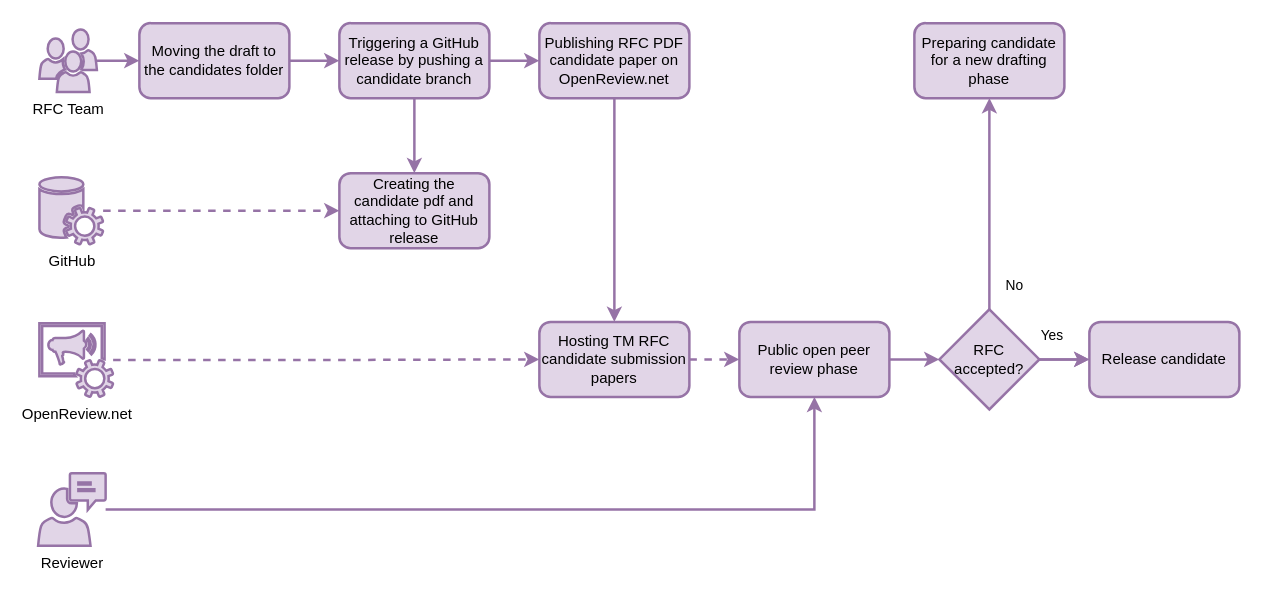
Before: files/releases/RFC-0003/images/phase_3.drawio in time-machine-project/requests-for-comments, a draw.io diagram. Source tidied: cells renumbered, new cells numbered last; positions are measured from the earlier drawing's top-left corner, leaving out a move shared by most shapes. Both pictures are drawn from the tidied source at 125%, with x=0, y=0 at pixel (38, 22).
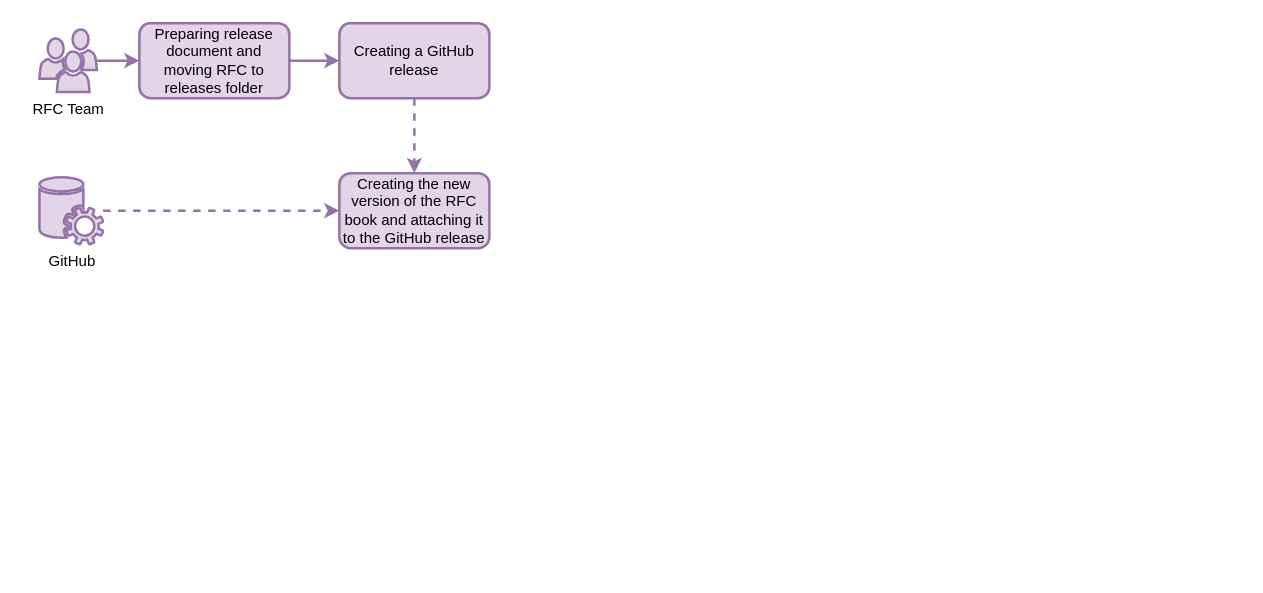
The same page after the edit.

Unchanged cells that the change refers to:
```xml
<mxCell id="5" value="RFC Team" style="shadow=0;dashed=0;html=1;strokeColor=#9673a6;fillColor=#e1d5e7;labelPosition=center;verticalLabelPosition=bottom;verticalAlign=top;outlineConnect=0;align=center;shape=mxgraph.office.users.users;strokeWidth=2;" parent="1" vertex="1">
  <mxGeometry x="1" y="5" width="46" height="50" as="geometry" />
</mxCell>
<mxCell id="10" value="GitHub" style="shadow=0;dashed=0;html=1;strokeColor=#9673a6;fillColor=#e1d5e7;labelPosition=center;verticalLabelPosition=bottom;verticalAlign=top;outlineConnect=0;align=center;shape=mxgraph.office.services.central_management_service;strokeWidth=2;" parent="1" vertex="1">
  <mxGeometry x="1" y="123" width="51" height="54" as="geometry" />
</mxCell>
```

Diff of the diagram source:
```diff
@@
-    <mxCell id="2" style="edgeStyle=orthogonalEdgeStyle;rounded=0;jettySize=auto;html=1;fillColor=#e1d5e7;strokeColor=#9673a6;strokeWidth=2;" parent="1" edge="1" source="3" target="8">
-      <mxGeometry relative="1" as="geometry" />
-    </mxCell>
-    <mxCell id="3" value="Moving the draft to the candidates folder" style="rounded=1;whiteSpace=wrap;html=1;fillColor=#e1d5e7;strokeColor=#9673a6;strokeWidth=2;" parent="1" vertex="1">
-      <mxGeometry x="81" width="120" height="60" as="geometry" />
-    </mxCell>
-    <mxCell id="4" style="edgeStyle=orthogonalEdgeStyle;rounded=0;jettySize=auto;html=1;entryX=0;entryY=0.5;entryDx=0;entryDy=0;fillColor=#e1d5e7;strokeColor=#9673a6;strokeWidth=2;" parent="1" edge="1" source="5" target="3">
-      <mxGeometry relative="1" as="geometry" />
-    </mxCell>
+    <mxCell id="28" style="edgeStyle=orthogonalEdgeStyle;rounded=0;jettySize=auto;html=1;fillColor=#e1d5e7;strokeColor=#9673a6;strokeWidth=2;" parent="1" edge="1" source="29" target="32">
+      <mxGeometry relative="1" as="geometry" />
+    </mxCell>
+    <mxCell id="29" value="Preparing release document and moving RFC to releases folder" style="rounded=1;whiteSpace=wrap;html=1;fillColor=#e1d5e7;strokeColor=#9673a6;strokeWidth=2;" parent="1" vertex="1">
+      <mxGeometry x="81" width="120" height="60" as="geometry" />
+    </mxCell>
+    <mxCell id="30" style="edgeStyle=orthogonalEdgeStyle;rounded=0;jettySize=auto;html=1;fillColor=#e1d5e7;strokeColor=#9673a6;strokeWidth=2;" parent="1" edge="1" source="5" target="29">
+      <mxGeometry relative="1" as="geometry" />
+    </mxCell>
@@
-    <mxCell id="6" style="edgeStyle=orthogonalEdgeStyle;rounded=0;jettySize=auto;html=1;entryX=0.5;entryY=0;entryDx=0;entryDy=0;fillColor=#e1d5e7;strokeColor=#9673a6;strokeWidth=2;" parent="1" edge="1" source="8" target="11">
-      <mxGeometry relative="1" as="geometry" />
-    </mxCell>
-    <mxCell id="7" style="edgeStyle=orthogonalEdgeStyle;rounded=0;jettySize=auto;html=1;fillColor=#e1d5e7;strokeColor=#9673a6;strokeWidth=2;" parent="1" edge="1" source="8" target="15">
-      <mxGeometry relative="1" as="geometry" />
-    </mxCell>
-    <mxCell id="8" value="Triggering a GitHub release by pushing a candidate branch" style="rounded=1;whiteSpace=wrap;html=1;fillColor=#e1d5e7;strokeColor=#9673a6;strokeWidth=2;" parent="1" vertex="1">
-      <mxGeometry x="241" width="120" height="60" as="geometry" />
-    </mxCell>
-    <mxCell id="9" style="edgeStyle=orthogonalEdgeStyle;rounded=0;jettySize=auto;html=1;dashed=1;fillColor=#e1d5e7;strokeColor=#9673a6;strokeWidth=2;" parent="1" edge="1" source="10" target="11">
-      <mxGeometry relative="1" as="geometry" />
-    </mxCell>
+    <mxCell id="31" style="edgeStyle=orthogonalEdgeStyle;rounded=0;jettySize=auto;html=1;dashed=1;fillColor=#e1d5e7;strokeColor=#9673a6;strokeWidth=2;" parent="1" edge="1" source="32" target="34">
+      <mxGeometry relative="1" as="geometry" />
+    </mxCell>
+    <mxCell id="32" value="Creating a GitHub release" style="rounded=1;whiteSpace=wrap;html=1;fillColor=#e1d5e7;strokeColor=#9673a6;strokeWidth=2;" parent="1" vertex="1">
+      <mxGeometry x="241" width="120" height="60" as="geometry" />
+    </mxCell>
+    <mxCell id="33" style="edgeStyle=orthogonalEdgeStyle;rounded=0;jettySize=auto;html=1;dashed=1;fillColor=#e1d5e7;strokeColor=#9673a6;strokeWidth=2;" parent="1" edge="1" source="10" target="34">
+      <mxGeometry relative="1" as="geometry" />
+    </mxCell>
@@
-    <mxCell id="11" value="Creating the candidate pdf and attaching to GitHub release" style="rounded=1;whiteSpace=wrap;html=1;fillColor=#e1d5e7;strokeColor=#9673a6;strokeWidth=2;" parent="1" vertex="1">
-      <mxGeometry x="241" y="120" width="120" height="60" as="geometry" />
-    </mxCell>
-    <mxCell id="12" style="edgeStyle=orthogonalEdgeStyle;rounded=0;jettySize=auto;html=1;entryX=0;entryY=0.5;entryDx=0;entryDy=0;dashed=1;fillColor=#e1d5e7;strokeColor=#9673a6;strokeWidth=2;" parent="1" edge="1" source="13" target="17">
-      <mxGeometry relative="1" as="geometry" />
-    </mxCell>
-    <mxCell id="13" value="OpenReview.net" style="shadow=0;dashed=0;html=1;strokeColor=#9673a6;fillColor=#e1d5e7;labelPosition=center;verticalLabelPosition=bottom;verticalAlign=top;outlineConnect=0;align=center;shape=mxgraph.office.services.conference_announcement_service;strokeWidth=2;" parent="1" vertex="1">
-      <mxGeometry x="1" y="240" width="59" height="59" as="geometry" />
-    </mxCell>
-    <mxCell id="14" style="edgeStyle=orthogonalEdgeStyle;rounded=0;jettySize=auto;html=1;fillColor=#e1d5e7;strokeColor=#9673a6;strokeWidth=2;" parent="1" edge="1" source="15" target="17">
-      <mxGeometry relative="1" as="geometry" />
-    </mxCell>
-    <mxCell id="15" value="Publishing RFC PDF candidate paper on OpenReview.net" style="rounded=1;whiteSpace=wrap;html=1;fillColor=#e1d5e7;strokeColor=#9673a6;strokeWidth=2;" parent="1" vertex="1">
-      <mxGeometry x="401" width="120" height="60" as="geometry" />
-    </mxCell>
-    <mxCell id="16" style="edgeStyle=orthogonalEdgeStyle;rounded=0;jettySize=auto;html=1;entryX=0;entryY=0.5;entryDx=0;entryDy=0;dashed=1;fillColor=#e1d5e7;strokeColor=#9673a6;strokeWidth=2;" parent="1" edge="1" source="17" target="19">
-      <mxGeometry relative="1" as="geometry" />
-    </mxCell>
-    <mxCell id="17" value="Hosting TM RFC candidate submission papers" style="rounded=1;whiteSpace=wrap;html=1;fillColor=#e1d5e7;strokeColor=#9673a6;strokeWidth=2;" parent="1" vertex="1">
-      <mxGeometry x="401" y="239" width="120" height="60" as="geometry" />
-    </mxCell>
-    <mxCell id="18" style="edgeStyle=orthogonalEdgeStyle;rounded=0;jettySize=auto;html=1;entryX=0;entryY=0.5;entryDx=0;entryDy=0;fillColor=#e1d5e7;strokeColor=#9673a6;strokeWidth=2;" parent="1" edge="1" source="19" target="25">
-      <mxGeometry relative="1" as="geometry" />
-    </mxCell>
-    <mxCell id="19" value="Public open peer review phase" style="rounded=1;whiteSpace=wrap;html=1;fillColor=#e1d5e7;strokeColor=#9673a6;strokeWidth=2;" parent="1" vertex="1">
-      <mxGeometry x="561" y="239" width="120" height="60" as="geometry" />
-    </mxCell>
-    <mxCell id="20" style="edgeStyle=orthogonalEdgeStyle;rounded=0;jettySize=auto;html=1;entryX=0.5;entryY=1;entryDx=0;entryDy=0;fillColor=#e1d5e7;strokeColor=#9673a6;strokeWidth=2;" parent="1" edge="1" source="21" target="19">
-      <mxGeometry relative="1" as="geometry" />
-    </mxCell>
-    <mxCell id="21" value="Reviewer" style="shadow=0;dashed=0;html=1;strokeColor=#9673a6;fillColor=#e1d5e7;labelPosition=center;verticalLabelPosition=bottom;verticalAlign=top;outlineConnect=0;align=center;shape=mxgraph.office.users.communications;strokeWidth=2;" parent="1" vertex="1">
-      <mxGeometry y="360" width="54" height="58" as="geometry" />
-    </mxCell>
-    <mxCell id="22" value="No" style="edgeStyle=orthogonalEdgeStyle;rounded=0;jettySize=auto;html=1;exitX=0.5;exitY=0;exitDx=0;exitDy=0;entryX=0.5;entryY=1;entryDx=0;entryDy=0;fillColor=#e1d5e7;strokeColor=#9673a6;strokeWidth=2;" parent="1" edge="1" source="25" target="26">
-      <mxGeometry x="-0.78" y="-20" relative="1" as="geometry" />
-    </mxCell>
-    <mxCell id="23" style="edgeStyle=orthogonalEdgeStyle;rounded=0;jettySize=auto;html=1;exitX=1;exitY=0.5;exitDx=0;exitDy=0;entryX=0;entryY=0.5;entryDx=0;entryDy=0;fillColor=#e1d5e7;strokeColor=#9673a6;strokeWidth=2;" parent="1" edge="1" source="25" target="27">
-      <mxGeometry relative="1" as="geometry" />
-    </mxCell>
-    <mxCell id="24" value="Yes" style="edgeStyle=orthogonalEdgeStyle;rounded=0;jettySize=auto;html=1;strokeWidth=2;fillColor=#e1d5e7;strokeColor=#9673a6;" parent="1" edge="1" source="25" target="27">
-      <mxGeometry x="-0.5" y="19" relative="1" as="geometry" />
-    </mxCell>
-    <mxCell id="25" value="RFC accepted?" style="rhombus;whiteSpace=wrap;html=1;fillColor=#e1d5e7;strokeColor=#9673a6;strokeWidth=2;" parent="1" vertex="1">
-      <mxGeometry x="721" y="229" width="80" height="80" as="geometry" />
-    </mxCell>
-    <mxCell id="26" value="Preparing candidate for a new drafting phase" style="rounded=1;whiteSpace=wrap;html=1;fillColor=#e1d5e7;strokeColor=#9673a6;strokeWidth=2;" parent="1" vertex="1">
-      <mxGeometry x="701" width="120" height="60" as="geometry" />
-    </mxCell>
-    <mxCell id="27" value="Release candidate" style="rounded=1;whiteSpace=wrap;html=1;fillColor=#e1d5e7;strokeColor=#9673a6;strokeWidth=2;" parent="1" vertex="1">
-      <mxGeometry x="841" y="239" width="120" height="60" as="geometry" />
-    </mxCell>
+    <mxCell id="34" value="Creating the new version of the RFC book and attaching it to the GitHub release" style="rounded=1;whiteSpace=wrap;html=1;fillColor=#e1d5e7;strokeColor=#9673a6;strokeWidth=2;" parent="1" vertex="1">
+      <mxGeometry x="241" y="120" width="120" height="60" as="geometry" />
+    </mxCell>
```
